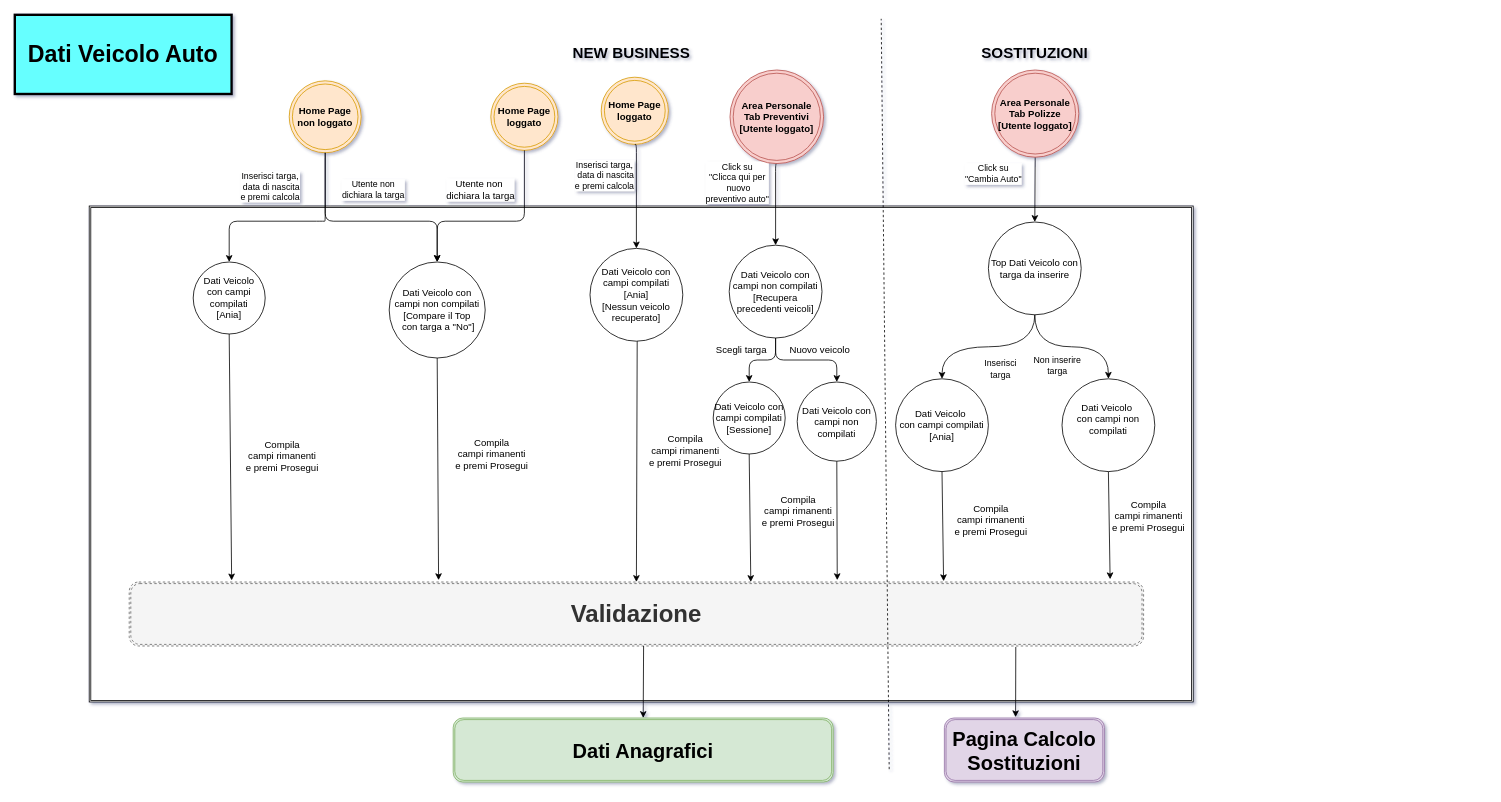
This is Dati Veicolo.drawio from kaito93/Quixa, a draw.io file, before an edit. Source tidied: cells renumbered, new cells numbered last; positions are measured from the earlier drawing's top-left corner, leaving out a move shared by most shapes. Both pictures are drawn from the tidied source at 80%, with x=0, y=0 at pixel (14, 14).
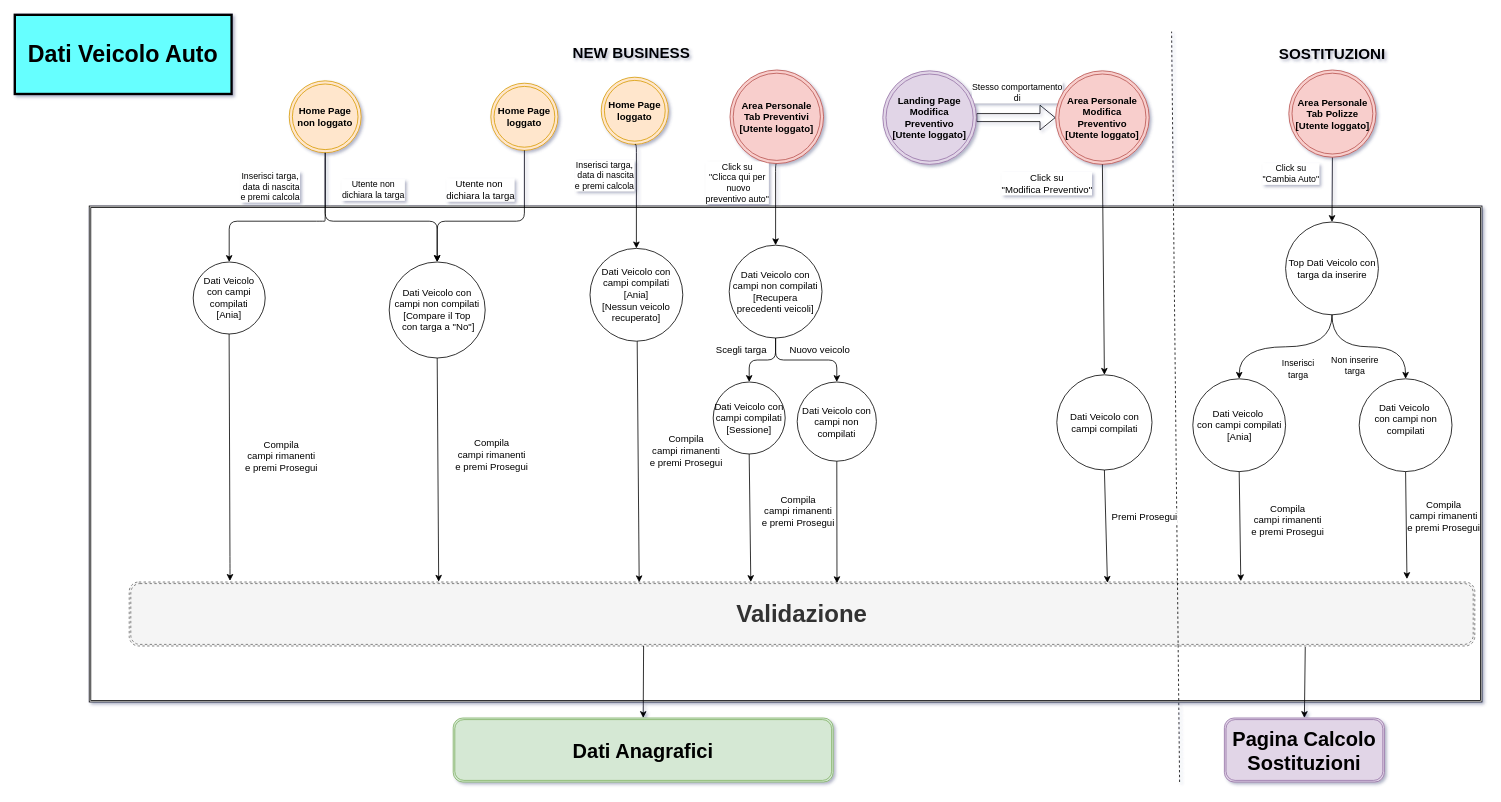
Above is the later version.

Unchanged cells that the change refers to:
```xml
<mxCell id="5" value="Dati Veicolo&lt;br&gt;con campi compilati&lt;br&gt;[Ania]&lt;br&gt;" style="ellipse;whiteSpace=wrap;html=1;" parent="1" vertex="1">
  <mxGeometry x="223" y="309" width="90" height="90" as="geometry" />
</mxCell>
<mxCell id="37" value="Dati Veicolo con campi non compilati&lt;br&gt;[Compare il Top&lt;br&gt;&amp;nbsp;con targa a &quot;No&quot;]&lt;br&gt;" style="ellipse;whiteSpace=wrap;html=1;" parent="1" vertex="1">
  <mxGeometry x="468" y="309" width="120" height="120" as="geometry" />
</mxCell>
<mxCell id="44" value="Dati Veicolo con campi non compilati&lt;br&gt;" style="ellipse;whiteSpace=wrap;html=1;" parent="1" vertex="1">
  <mxGeometry x="978" y="459" width="99" height="99" as="geometry" />
</mxCell>
```

What changed in the source:
```diff
@@
+    <mxCell id="52" value="Stesso comportamento &lt;br&gt;di" style="shape=flexArrow;endArrow=classic;html=1;exitX=1;exitY=0.5;exitDx=0;exitDy=0;entryX=0;entryY=0.5;entryDx=0;entryDy=0;" parent="1" edge="1" source="58" target="53">
+      <mxGeometry x="0.03" y="32" relative="1" as="geometry" />
+    </mxCell>
     <mxCell id="2" style="shape=ext;double=1;rounded=0;whiteSpace=wrap;html=1;" parent="1" vertex="1">
-      <mxGeometry x="93" y="239" width="1380" height="620" as="geometry" />
+      <mxGeometry x="93" y="239" width="1741" height="620" as="geometry" />
     </mxCell>
@@
     <mxCell id="12" value="&lt;b&gt;&lt;font style=&quot;font-size: 19px&quot;&gt;SOSTITUZIONI&lt;/font&gt;&lt;/b&gt;" style="text;html=1;strokeColor=none;fillColor=none;align=center;verticalAlign=middle;whiteSpace=wrap;rounded=0;" parent="1" vertex="1">
-      <mxGeometry x="1183" y="39" width="184" height="20" as="geometry" />
+      <mxGeometry x="1555" y="39.5" width="184" height="20" as="geometry" />
     </mxCell>
@@
     <mxCell id="14" value="Top Dati Veicolo con targa da inserire&lt;br&gt;" style="ellipse;whiteSpace=wrap;html=1;" parent="1" vertex="1">
-      <mxGeometry x="1217" y="259" width="116" height="116" as="geometry" />
+      <mxGeometry x="1588.5" y="259" width="116" height="116" as="geometry" />
     </mxCell>
     <mxCell id="15" value="Dati Veicolo&amp;nbsp;&lt;br&gt;con campi compilati&lt;br&gt;[Ania]&lt;br&gt;" style="ellipse;whiteSpace=wrap;html=1;" parent="1" vertex="1">
-      <mxGeometry x="1101" y="455" width="116" height="116" as="geometry" />
+      <mxGeometry x="1472.5" y="455" width="116" height="116" as="geometry" />
     </mxCell>
     <mxCell id="16" value="Click su&lt;br&gt;&quot;Cambia Auto&quot;&lt;br&gt;" style="edgeStyle=elbowEdgeStyle;elbow=horizontal;endArrow=classic;html=1;exitX=0.5;exitY=1;exitDx=0;exitDy=0;entryX=0.5;entryY=0;entryDx=0;entryDy=0;" parent="1" edge="1" source="17" target="14">
       <mxGeometry x="0.46" y="-64" relative="1" as="geometry">
         <Array as="points">
-          <mxPoint x="1275" y="237" />
+          <mxPoint x="1646.5" y="237" />
         </Array>
         <mxPoint x="12" y="-38" as="offset" />
       </mxGeometry>
     </mxCell>
     <mxCell id="17" value="&lt;b&gt;Area Personale&lt;br&gt;Tab Polizze&lt;br&gt;[Utente loggato]&lt;/b&gt;&lt;br&gt;" style="ellipse;shape=doubleEllipse;whiteSpace=wrap;html=1;fillColor=#f8cecc;strokeColor=#b85450;" parent="1" vertex="1">
-      <mxGeometry x="1221" y="69" width="109" height="109" as="geometry" />
+      <mxGeometry x="1592.5" y="69" width="109" height="109" as="geometry" />
     </mxCell>
@@
     <mxCell id="19" value="Dati Veicolo&amp;nbsp;&lt;br&gt;con campi non compilati&lt;br&gt;&lt;br&gt;" style="ellipse;whiteSpace=wrap;html=1;" parent="1" vertex="1">
-      <mxGeometry x="1309" y="455" width="116" height="116" as="geometry" />
+      <mxGeometry x="1680.5" y="455" width="116" height="116" as="geometry" />
     </mxCell>
     <mxCell id="20" value="&lt;b&gt;&lt;font style=&quot;font-size: 30px&quot;&gt;Validazione&lt;/font&gt;&lt;/b&gt;" style="shape=ext;double=1;rounded=1;whiteSpace=wrap;html=1;strokeColor=#666666;dashed=1;shadow=0;glass=0;comic=0;fillColor=#f5f5f5;fontColor=#333333;" parent="1" vertex="1">
-      <mxGeometry x="143" y="709" width="1268" height="80" as="geometry" />
+      <mxGeometry x="143" y="709" width="1682" height="80" as="geometry" />
     </mxCell>
-    <mxCell id="21" style="endArrow=classic;html=1;exitX=0.5;exitY=1;exitDx=0;exitDy=0;entryX=0.101;entryY=-0.025;entryDx=0;entryDy=0;entryPerimeter=0;" parent="1" edge="1" source="5" target="20">
-      <mxGeometry relative="1" as="geometry" />
+    <mxCell id="21" style="endArrow=classic;html=1;exitX=0.5;exitY=1;exitDx=0;exitDy=0;entryX=0.075;entryY=-0.018;entryDx=0;entryDy=0;entryPerimeter=0;" parent="1" edge="1">
+      <mxGeometry relative="1" as="geometry">
+        <mxPoint x="267.9" y="399" as="sourcePoint" />
+        <mxPoint x="269" y="707.6" as="targetPoint" />
+        <Array as="points">
+          <mxPoint x="269" y="687" />
+          <mxPoint x="269" y="698" />
+        </Array>
+      </mxGeometry>
     </mxCell>
@@
-    <mxCell id="23" style="endArrow=classic;html=1;exitX=0.5;exitY=1;exitDx=0;exitDy=0;entryX=0.5;entryY=0;entryDx=0;entryDy=0;" parent="1" edge="1" target="20">
+    <mxCell id="23" style="endArrow=classic;html=1;exitX=0.5;exitY=1;exitDx=0;exitDy=0;entryX=0.379;entryY=0.004;entryDx=0;entryDy=0;entryPerimeter=0;" parent="1" edge="1" target="20">
       <mxGeometry relative="1" as="geometry">
         <mxPoint x="778" y="408" as="sourcePoint" />
       </mxGeometry>
     </mxCell>
@@
     <mxCell id="27" style="endArrow=classic;html=1;exitX=0.5;exitY=1;exitDx=0;exitDy=0;" parent="1" edge="1" source="15">
       <mxGeometry relative="1" as="geometry">
-        <mxPoint x="1161" y="708" as="targetPoint" />
+        <mxPoint x="1532.5" y="708" as="targetPoint" />
       </mxGeometry>
     </mxCell>
@@
-    <mxCell id="29" style="endArrow=classic;html=1;exitX=0.5;exitY=1;exitDx=0;exitDy=0;entryX=0.967;entryY=-0.043;entryDx=0;entryDy=0;entryPerimeter=0;" parent="1" edge="1" source="19" target="20">
-      <mxGeometry relative="1" as="geometry" />
+    <mxCell id="29" style="endArrow=classic;html=1;exitX=0.5;exitY=1;exitDx=0;exitDy=0;entryX=0.967;entryY=-0.043;entryDx=0;entryDy=0;entryPerimeter=0;" parent="1" edge="1" source="19">
+      <mxGeometry relative="1" as="geometry">
+        <mxPoint x="1740.2" y="705.3" as="targetPoint" />
+      </mxGeometry>
     </mxCell>
     <mxCell id="30" value="Compila &lt;br&gt;campi rimanenti &lt;br&gt;e premi Prosegui" style="text;html=1;align=center;verticalAlign=middle;labelBackgroundColor=#ffffff;" parent="29" vertex="1">
       <mxGeometry x="-0.08" y="2" relative="1" as="geometry">
-        <mxPoint x="47" y="-6" as="offset" />
+        <mxPoint x="44" y="-6.5" as="offset" />
       </mxGeometry>
     </mxCell>
@@
-    <mxCell id="34" style="endArrow=classic;html=1;exitX=0.874;exitY=1.015;exitDx=0;exitDy=0;exitPerimeter=0;" parent="1" edge="1" source="20">
-      <mxGeometry relative="1" as="geometry">
-        <mxPoint x="1251" y="878" as="targetPoint" />
-      </mxGeometry>
+    <mxCell id="34" style="endArrow=classic;html=1;exitX=0.874;exitY=1.015;exitDx=0;exitDy=0;exitPerimeter=0;entryX=0.5;entryY=0;entryDx=0;entryDy=0;" parent="1" edge="1" source="20" target="35">
+      <mxGeometry relative="1" as="geometry" />
     </mxCell>
     <mxCell id="35" value="&lt;b&gt;&lt;font style=&quot;font-size: 25px&quot;&gt;Pagina Calcolo Sostituzioni&lt;/font&gt;&lt;/b&gt;" style="shape=ext;double=1;rounded=1;whiteSpace=wrap;html=1;fillColor=#e1d5e7;strokeColor=#9673a6;" parent="1" vertex="1">
-      <mxGeometry x="1162" y="879" width="200" height="80" as="geometry" />
+      <mxGeometry x="1512" y="879" width="200" height="80" as="geometry" />
     </mxCell>
@@
-    <mxCell id="41" style="endArrow=classic;html=1;exitX=0.5;exitY=1;exitDx=0;exitDy=0;entryX=0.305;entryY=-0.029;entryDx=0;entryDy=0;entryPerimeter=0;" parent="1" edge="1" source="37" target="20">
+    <mxCell id="41" style="endArrow=classic;html=1;exitX=0.5;exitY=1;exitDx=0;exitDy=0;entryX=0.23;entryY=-0.004;entryDx=0;entryDy=0;entryPerimeter=0;" parent="1" edge="1" source="37" target="20">
       <mxGeometry relative="1" as="geometry" />
     </mxCell>
@@
-    <mxCell id="49" style="endArrow=classic;html=1;exitX=0.5;exitY=1;exitDx=0;exitDy=0;entryX=0.698;entryY=-0.029;entryDx=0;entryDy=0;entryPerimeter=0;" parent="1" edge="1" source="44" target="20">
+    <mxCell id="49" style="endArrow=classic;html=1;exitX=0.5;exitY=1;exitDx=0;exitDy=0;entryX=0.526;entryY=0.018;entryDx=0;entryDy=0;entryPerimeter=0;" parent="1" edge="1" source="44" target="20">
       <mxGeometry relative="1" as="geometry" />
     </mxCell>
     <mxCell id="50" style="endArrow=none;dashed=1;html=1;" parent="1" edge="1">
       <mxGeometry relative="1" as="geometry">
-        <mxPoint x="1093" y="943" as="sourcePoint" />
-        <mxPoint x="1083" y="5" as="targetPoint" />
+        <mxPoint x="1456" y="959" as="sourcePoint" />
+        <mxPoint x="1446" y="21" as="targetPoint" />
       </mxGeometry>
     </mxCell>
@@
+    <mxCell id="53" value="&lt;b&gt;Area Personale&lt;br&gt;Modifica Preventivo&lt;br&gt;[Utente loggato]&lt;/b&gt;&lt;br&gt;" style="ellipse;shape=doubleEllipse;whiteSpace=wrap;html=1;fillColor=#f8cecc;strokeColor=#b85450;" parent="1" vertex="1">
+      <mxGeometry x="1301" y="70" width="117" height="117" as="geometry" />
+    </mxCell>
+    <mxCell id="54" style="endArrow=classic;html=1;exitX=0.5;exitY=1;exitDx=0;exitDy=0;entryX=0.5;entryY=0;entryDx=0;entryDy=0;" parent="1" edge="1" source="53" target="56">
+      <mxGeometry relative="1" as="geometry" />
+    </mxCell>
+    <mxCell id="55" value="Click su&lt;br&gt;&quot;Modifica Preventivo&quot;&lt;br&gt;" style="text;html=1;align=center;verticalAlign=middle;labelBackgroundColor=#ffffff;" parent="54" vertex="1">
+      <mxGeometry x="-0.81" y="4" relative="1" as="geometry">
+        <mxPoint x="-74" y="-1" as="offset" />
+      </mxGeometry>
+    </mxCell>
+    <mxCell id="56" value="Dati Veicolo con campi compilati" style="ellipse;whiteSpace=wrap;html=1;" parent="1" vertex="1">
+      <mxGeometry x="1302.5" y="450" width="119" height="119" as="geometry" />
+    </mxCell>
+    <mxCell id="57" value="Premi Prosegui" style="endArrow=classic;html=1;exitX=0.5;exitY=1;exitDx=0;exitDy=0;entryX=0.727;entryY=0.013;entryDx=0;entryDy=0;fontSize=12;entryPerimeter=0;" parent="1" edge="1" source="56" target="20">
+      <mxGeometry x="-0.15" y="48" relative="1" as="geometry" />
+    </mxCell>
+    <mxCell id="58" value="&lt;b&gt;Landing Page Modifica Preventivo&lt;br&gt;[Utente loggato]&lt;/b&gt;&lt;br&gt;" style="ellipse;shape=doubleEllipse;whiteSpace=wrap;html=1;fillColor=#e1d5e7;strokeColor=#9673a6;" parent="1" vertex="1">
+      <mxGeometry x="1085" y="70" width="117" height="117" as="geometry" />
+    </mxCell>
```
